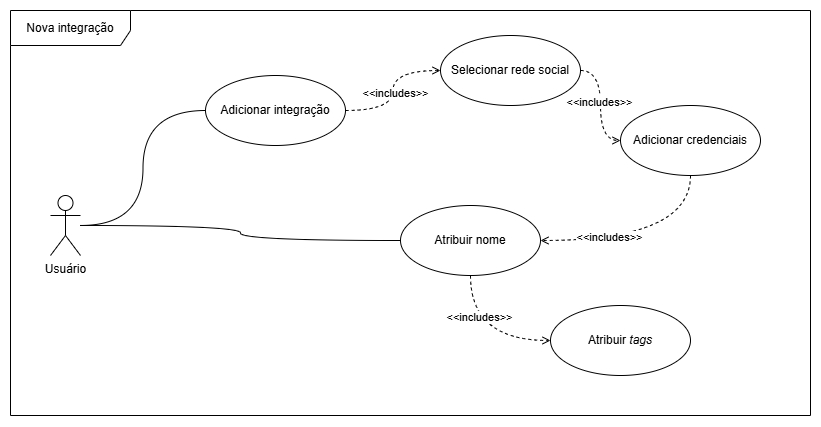
Before: assets/new-integration.png, a diagram exported from draw.io (cristianprochnow/synk). Source tidied: cells renumbered, new cells last; positions are measured from the earlier drawing's top-left corner, leaving out a move shared by most shapes.
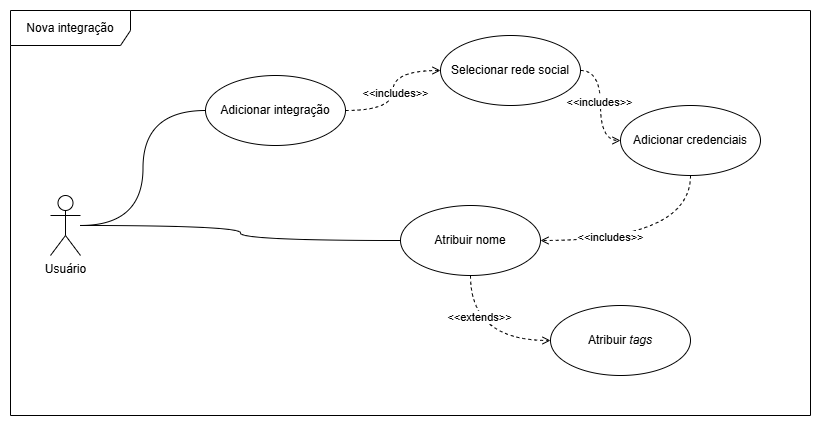
After the commit.

Diff of the diagram source:
```diff
@@ -43,7 +43,7 @@
     <mxCell id="14" style="edgeStyle=orthogonalEdgeStyle;rounded=0;jettySize=auto;html=1;entryX=0;entryY=0.5;entryDx=0;entryDy=0;curved=1;dashed=1;endArrow=open;endFill=0;exitX=0.5;exitY=1;exitDx=0;exitDy=0;" parent="1" edge="1" source="16" target="17">
       <mxGeometry relative="1" as="geometry" />
     </mxCell>
-    <mxCell id="15" value="&amp;lt;&amp;lt;includes&amp;gt;&amp;gt;" style="edgeLabel;html=1;align=center;verticalAlign=middle;" parent="14" vertex="1">
+    <mxCell id="15" value="&amp;lt;&amp;lt;extends&amp;gt;&amp;gt;" style="edgeLabel;html=1;align=center;verticalAlign=middle;" parent="14" vertex="1">
       <mxGeometry x="-0.43" y="8" relative="1" as="geometry" />
     </mxCell>
     <mxCell id="16" value="Atribuir nome" style="ellipse;whiteSpace=wrap;html=1;" parent="1" vertex="1">
```
